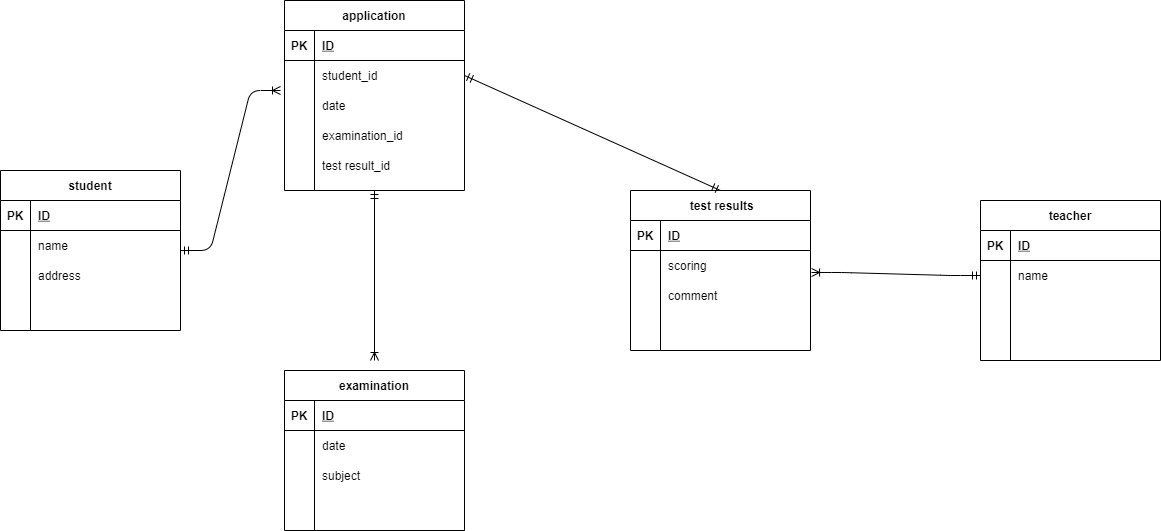
Before: index.drawio.png, a diagram exported from draw.io (nishida-riyo/coachtech-DBER). Source tidied: cells renumbered, new cells last; positions are measured from the earlier drawing's top-left corner, leaving out a move shared by most shapes.
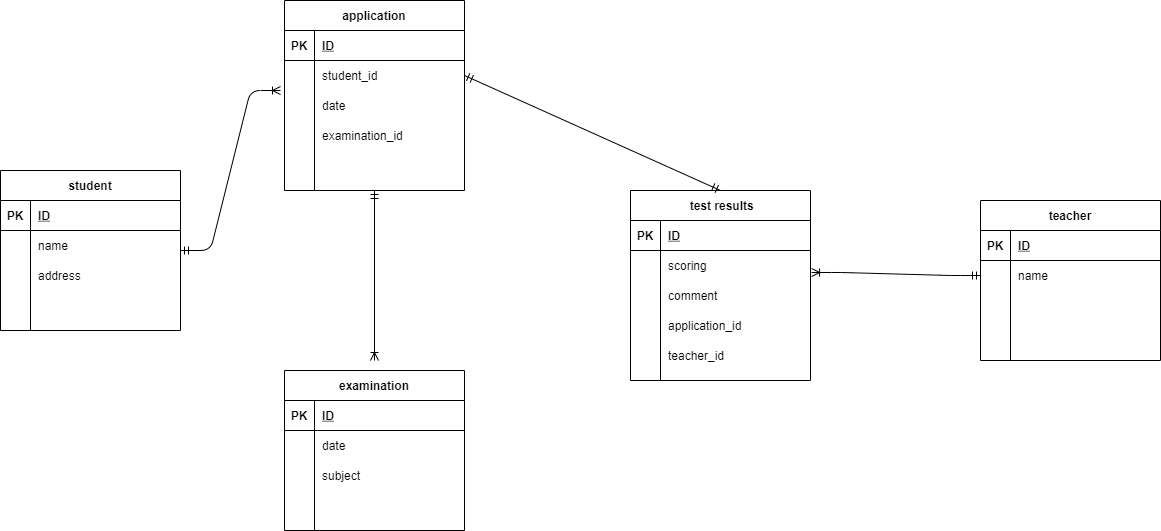
The same file after the commit.

Commit message:
データベース演習課題修正

What changed in the source:
```diff
@@ -86,7 +86,7 @@
     <mxCell id="29" style="shape=partialRectangle;fillColor=none;top=0;left=0;bottom=0;right=0;overflow=hidden;" parent="28" vertex="1">
       <mxGeometry width="30" height="30" as="geometry" />
     </mxCell>
-    <mxCell id="30" value="test result_id" style="shape=partialRectangle;fillColor=none;top=0;left=0;bottom=0;right=0;align=left;spacingLeft=6;overflow=hidden;" parent="28" vertex="1">
+    <mxCell id="30" style="shape=partialRectangle;fillColor=none;top=0;left=0;bottom=0;right=0;align=left;spacingLeft=6;overflow=hidden;" parent="28" vertex="1">
       <mxGeometry x="30" width="150" height="30" as="geometry" />
     </mxCell>
     <mxCell id="31" value="examination" style="shape=table;startSize=30;rowLines=0;fontStyle=1;align=center;" parent="1" vertex="1">
@@ -174,7 +174,7 @@
       </mxGeometry>
     </mxCell>
     <mxCell id="58" value=" test results" style="shape=table;startSize=30;rowLines=0;fontStyle=1;align=center;" parent="1" vertex="1">
-      <mxGeometry x="630" y="190" width="180" height="160" as="geometry" />
+      <mxGeometry x="630" y="190" width="180" height="190" as="geometry" />
     </mxCell>
     <mxCell id="59" style="shape=partialRectangle;fillColor=none;top=0;left=0;bottom=1;right=0;" parent="58" vertex="1">
       <mxGeometry y="30" width="180" height="30" as="geometry" />
@@ -209,9 +209,18 @@
     <mxCell id="69" style="shape=partialRectangle;fillColor=none;top=0;left=0;bottom=0;right=0;overflow=hidden;" parent="68" vertex="1">
       <mxGeometry width="30" height="30" as="geometry" />
     </mxCell>
-    <mxCell id="70" style="shape=partialRectangle;fillColor=none;top=0;left=0;bottom=0;right=0;align=left;spacingLeft=6;overflow=hidden;" parent="68" vertex="1">
+    <mxCell id="70" value="application_id" style="shape=partialRectangle;fillColor=none;top=0;left=0;bottom=0;right=0;align=left;spacingLeft=6;overflow=hidden;" parent="68" vertex="1">
       <mxGeometry x="30" width="150" height="30" as="geometry" />
     </mxCell>
+    <mxCell id="74" style="shape=partialRectangle;fillColor=none;top=0;left=0;bottom=0;right=0;" parent="58" vertex="1">
+      <mxGeometry y="150" width="180" height="30" as="geometry" />
+    </mxCell>
+    <mxCell id="75" style="shape=partialRectangle;fillColor=none;top=0;left=0;bottom=0;right=0;overflow=hidden;" parent="74" vertex="1">
+      <mxGeometry width="30" height="30" as="geometry" />
+    </mxCell>
+    <mxCell id="76" value="teacher_id" style="shape=partialRectangle;fillColor=none;top=0;left=0;bottom=0;right=0;align=left;spacingLeft=6;overflow=hidden;" parent="74" vertex="1">
+      <mxGeometry x="30" width="150" height="30" as="geometry" />
+    </mxCell>
     <mxCell id="71" style="edgeStyle=entityRelationEdgeStyle;fontSize=12;html=1;endArrow=ERmandOne;startArrow=ERoneToMany;exitX=1.006;exitY=0.733;exitDx=0;exitDy=0;endFill=0;startFill=0;exitPerimeter=0;entryX=0;entryY=0.5;entryDx=0;entryDy=0;" parent="1" edge="1" source="62" target="48">
       <mxGeometry relative="1" as="geometry" />
     </mxCell>
```
